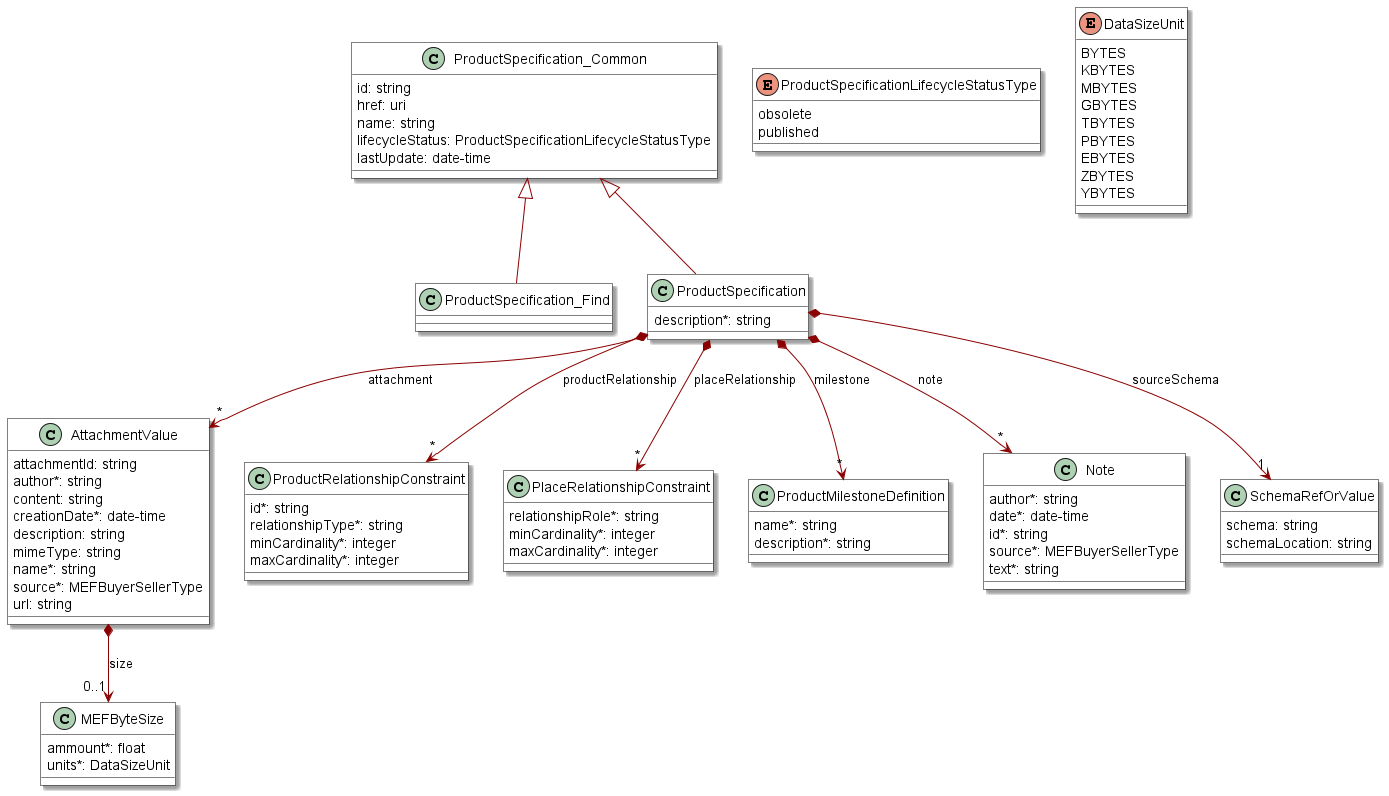
Before: documentation/productApi/catalog/media/specificationModel.png, a diagram exported from PlantUML (MEF-GIT/MEF-LSO-Sonata-SDK).
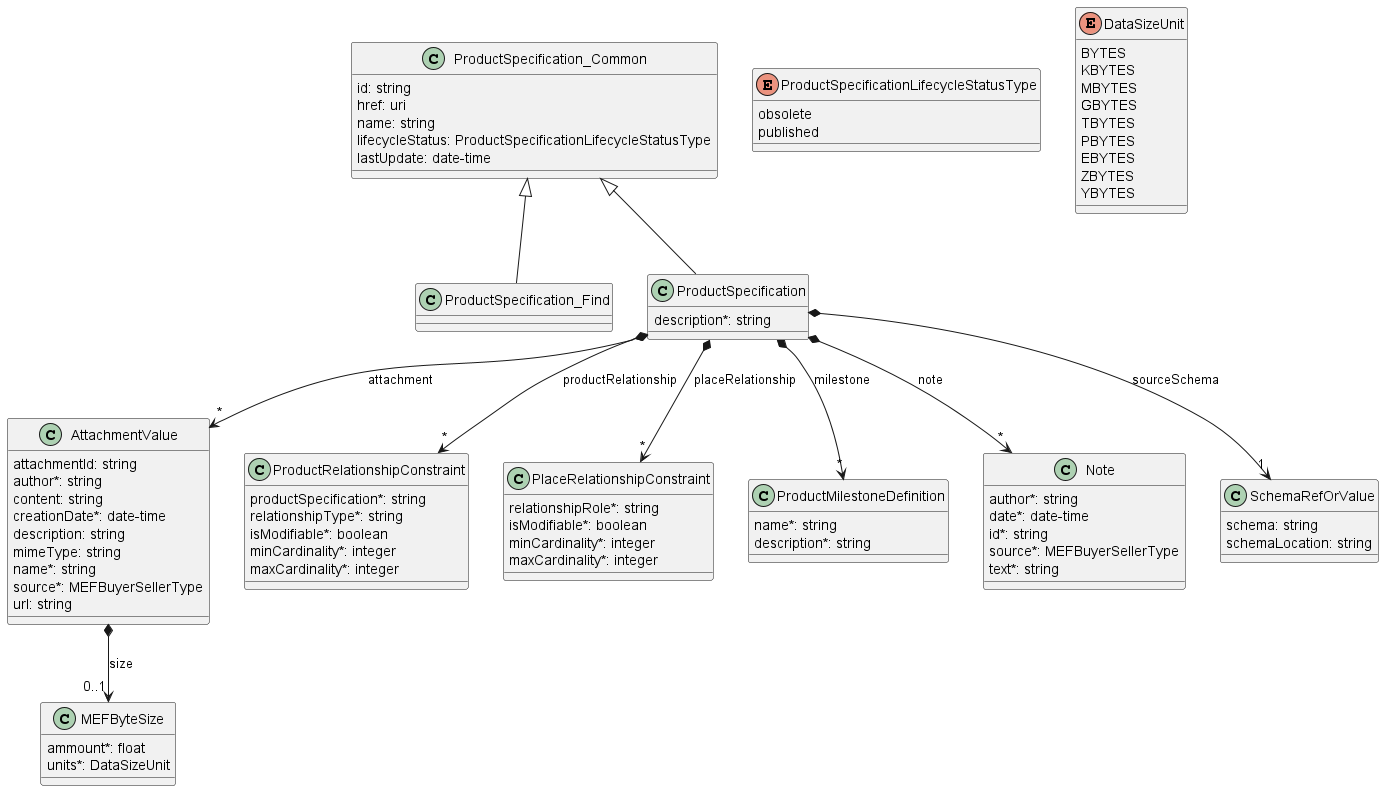
Above is the later version.

The edit, as a diff of the source:
```diff
@@ -1,13 +1,4 @@
 @startuml
-skinparam {
-    ClassBackgroundColor White
-    ClassBorderColor Black
-    shadowing true
-    RoundCorner 0
-    LineColor DarkRed
-    ArrowColor DarkRed
-    ArrowThickness 1
-}
 
 class ProductSpecification_Common {
 
@@ -76,6 +67,7 @@
 class PlaceRelationshipConstraint {
 
     relationshipRole*: string
+    isModifiable*: boolean
     minCardinality*: integer
     maxCardinality*: integer
 }
@@ -84,11 +76,13 @@
 
 class ProductRelationshipConstraint {
 
-    id*: string
+    productSpecification*: string
     relationshipType*: string
+    isModifiable*: boolean
     minCardinality*: integer
     maxCardinality*: integer
 }
+
 
 enum ProductSpecificationLifecycleStatusType {
 
```
